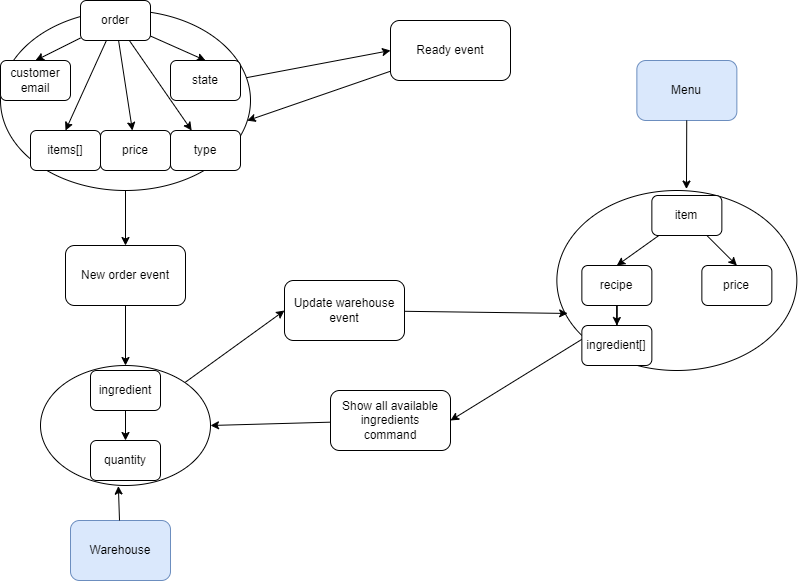
DistributedCafe/DistributedCafeProject keeps this draw.io diagram as docs/resources/images/Building blocks.png. Above is the earlier version. Source tidied: cells renumbered, new cells last; positions are measured from the earlier drawing's top-left corner, leaving out a move shared by most shapes.
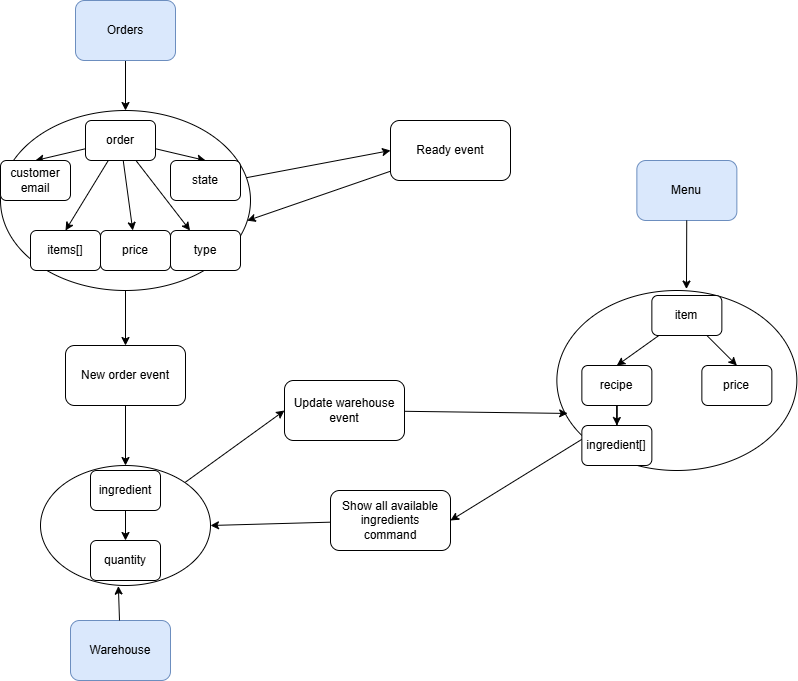
The same diagram one commit later.

What changed in the source:
```diff
@@ -39,7 +39,7 @@
       <mxGeometry relative="1" as="geometry" />
     </mxCell>
     <mxCell id="14" value="order" style="rounded=1;whiteSpace=wrap;html=1;" parent="1" vertex="1">
-      <mxGeometry x="80" width="70" height="40" as="geometry" />
+      <mxGeometry x="85" y="20" width="70" height="40" as="geometry" />
     </mxCell>
     <mxCell id="15" value="price" style="rounded=1;whiteSpace=wrap;html=1;" parent="1" vertex="1">
       <mxGeometry x="100" y="130" width="70" height="40" as="geometry" />
@@ -122,5 +122,11 @@
     <mxCell id="41" value="Show all available ingredients&lt;div&gt;command&lt;/div&gt;" style="rounded=1;whiteSpace=wrap;html=1;" parent="1" vertex="1">
       <mxGeometry x="330" y="390" width="120" height="60" as="geometry" />
     </mxCell>
+    <mxCell id="42" style="edgeStyle=orthogonalEdgeStyle;rounded=0;jettySize=auto;html=1;entryX=0.5;entryY=0;entryDx=0;entryDy=0;" parent="1" edge="1" source="43" target="8">
+      <mxGeometry relative="1" as="geometry" />
+    </mxCell>
+    <mxCell id="43" value="Orders" style="rounded=1;whiteSpace=wrap;html=1;fillColor=#dae8fc;strokeColor=#6c8ebf;" parent="1" vertex="1">
+      <mxGeometry x="75" y="-100" width="100" height="60" as="geometry" />
+    </mxCell>
   </root>
 </mxGraphModel>
```
